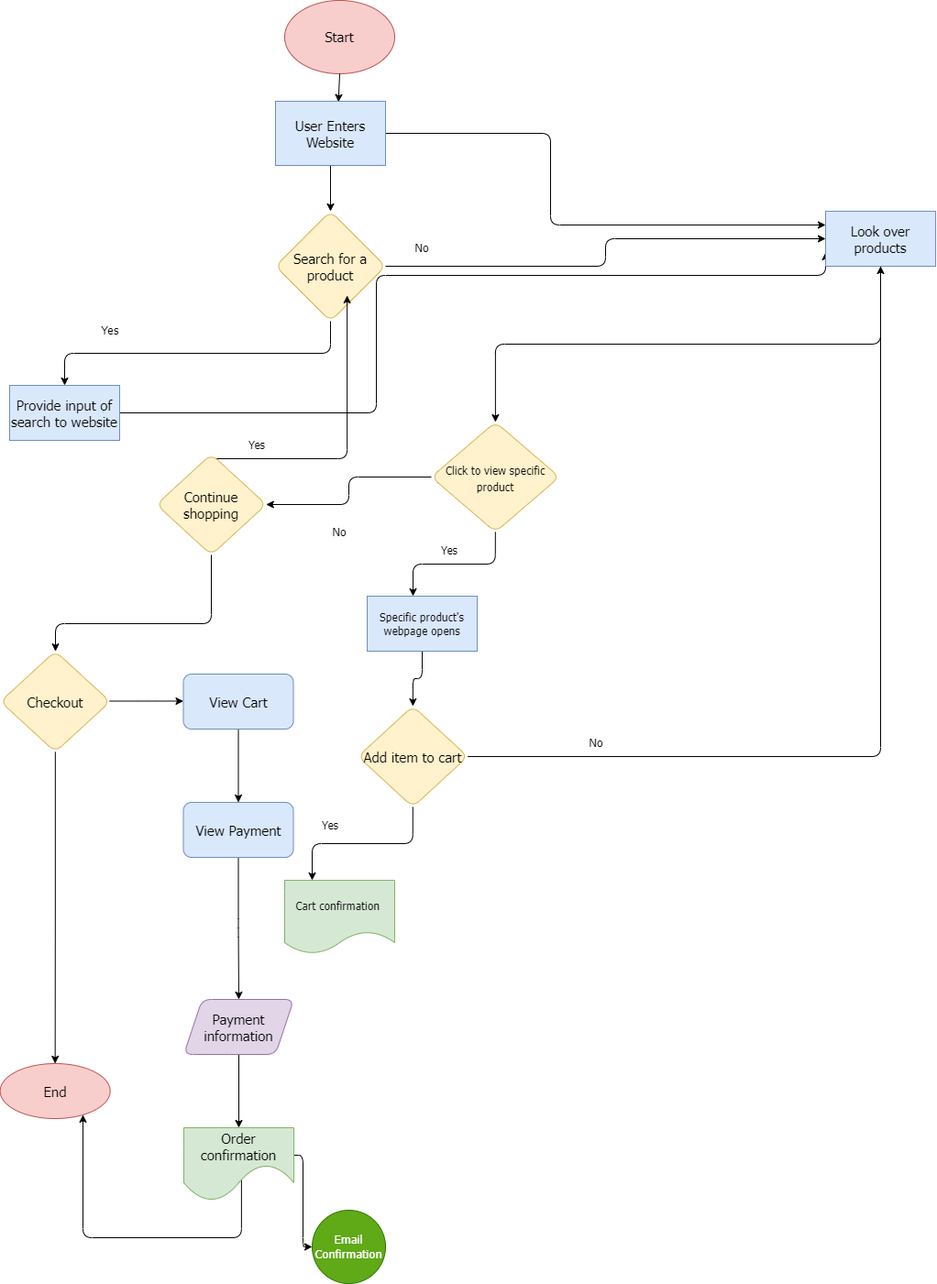
Before: explore/diagramming/diagram.drawio.png, a diagram exported from draw.io (priyakumar0817/fa22-cse110-lab4). Source tidied: cells renumbered, new cells last; positions are measured from the earlier drawing's top-left corner, leaving out a move shared by most shapes.
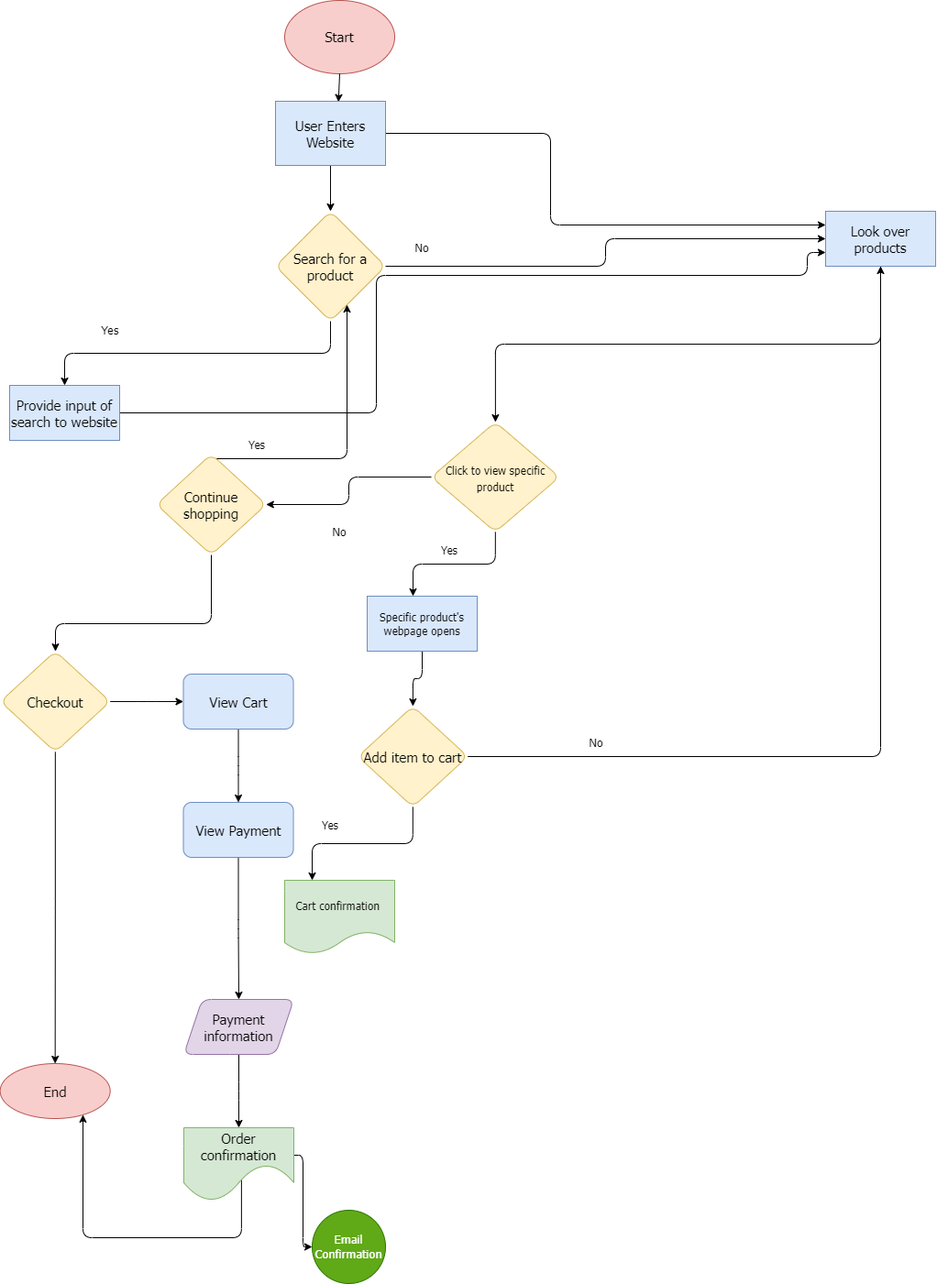
Later version of the same file.

What changed in the source:
```diff
@@ -35,7 +35,8 @@
         <Array as="points">
           <mxPoint x="410" y="450" />
           <mxPoint x="410" y="300" />
-          <mxPoint x="900" y="300" />
+          <mxPoint x="880" y="300" />
+          <mxPoint x="880" y="275" />
         </Array>
       </mxGeometry>
     </mxCell>
@@ -102,7 +103,7 @@
         <mxGeometry x="610" y="800" width="80" height="20" as="geometry" />
       </mxCell>
     </object>
-    <mxCell id="28" style="edgeStyle=orthogonalEdgeStyle;rounded=1;html=1;entryX=0.651;entryY=0.766;entryDx=0;entryDy=0;entryPerimeter=0;fontFamily=Tahoma;fontSize=13;" parent="1" edge="1" source="30" target="9">
+    <mxCell id="28" style="edgeStyle=orthogonalEdgeStyle;rounded=1;html=1;fontFamily=Tahoma;fontSize=13;" parent="1" edge="1" source="30" target="9">
       <mxGeometry relative="1" as="geometry">
         <Array as="points">
           <mxPoint x="378" y="500" />
```
